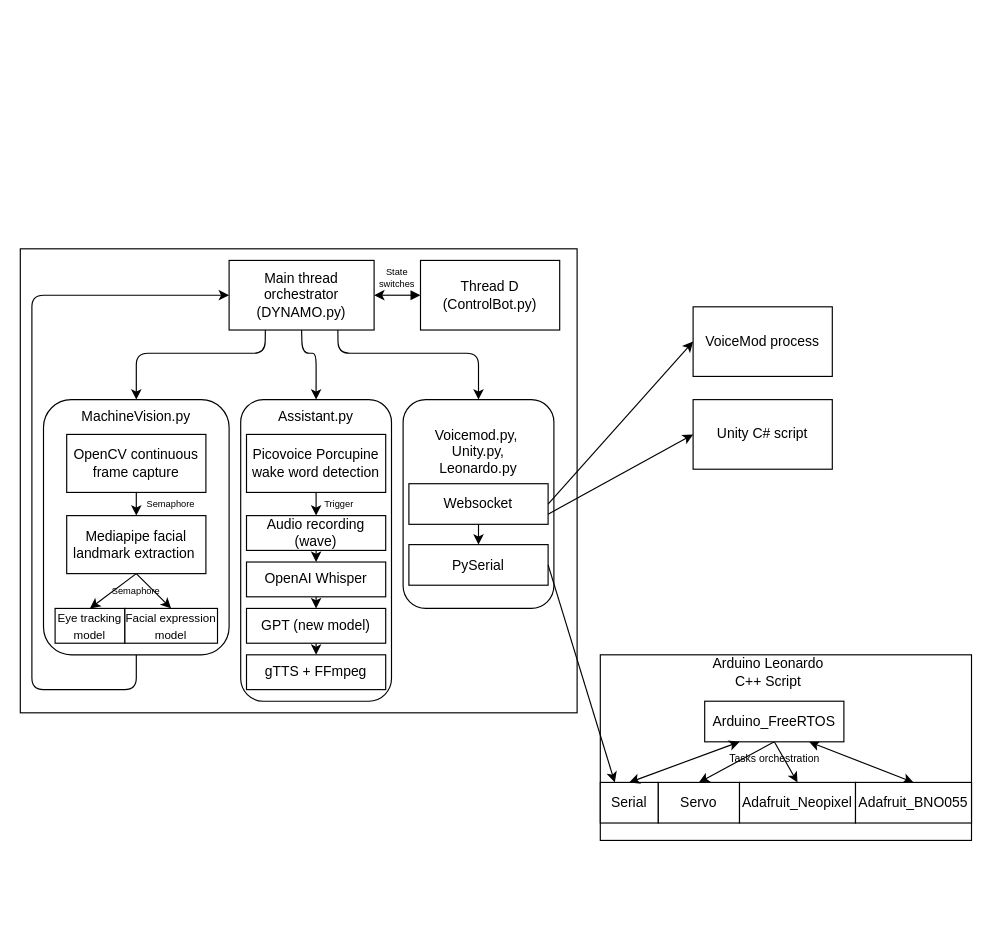
This is Planning/Software.drawio from MekhyW/DYNAMO-Electronic_Fursuit-2.0, a draw.io file, before an edit. Source tidied: cells renumbered, new cells numbered last; positions are measured from the earlier drawing's top-left corner, leaving out a move shared by most shapes. Both pictures are drawn from the tidied source at 116%, with x=0, y=0 at pixel (20, 248).
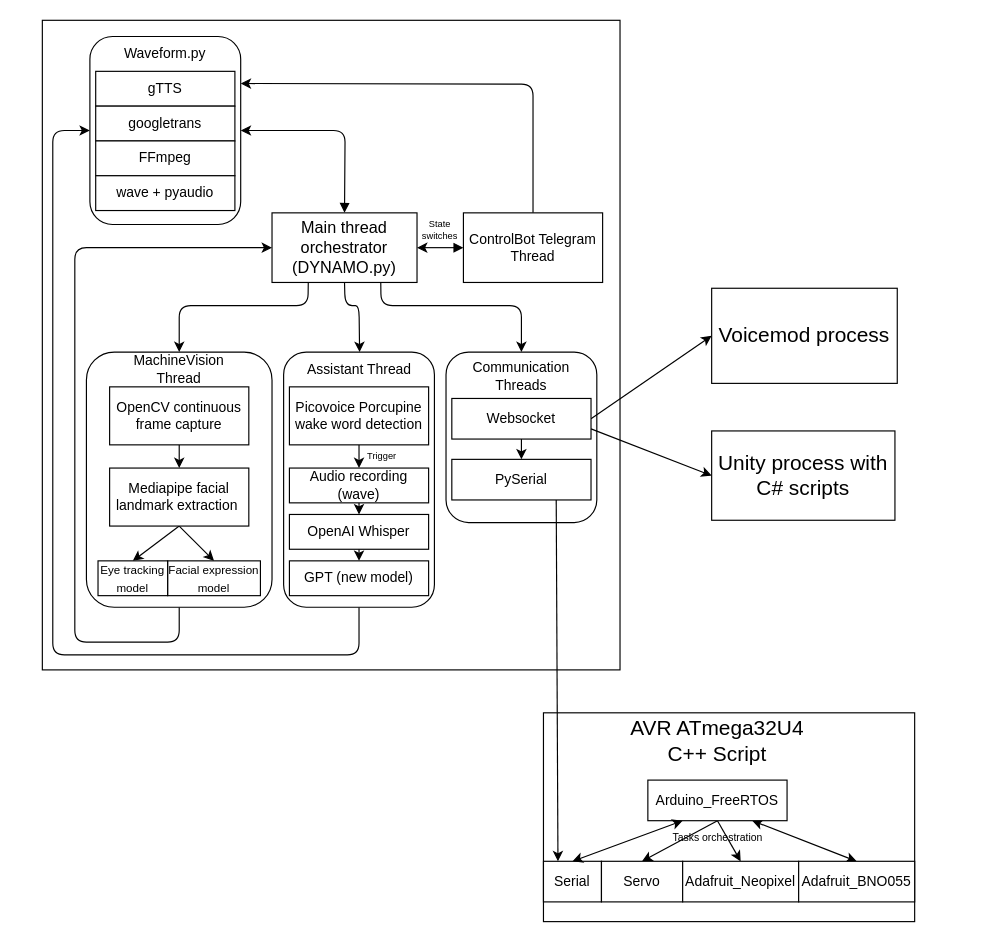
The same diagram, later.

What changed in the source:
```diff
@@
     <mxCell id="2" style="rounded=0;whiteSpace=wrap;html=1;" parent="1" vertex="1">
-      <mxGeometry width="480" height="400" as="geometry" />
+      <mxGeometry x="19" y="-197" width="498" height="560" as="geometry" />
     </mxCell>
     <mxCell id="3" style="edgeStyle=none;html=1;entryX=0.5;entryY=0;entryDx=0;entryDy=0;fontSize=10;exitX=0.25;exitY=1;exitDx=0;exitDy=0;" parent="1" edge="1" source="6" target="17">
       <mxGeometry relative="1" as="geometry">
         <Array as="points">
-          <mxPoint x="211" y="90" />
-          <mxPoint x="100" y="90" />
+          <mxPoint x="248" y="49" />
+          <mxPoint x="137" y="49" />
         </Array>
       </mxGeometry>
     </mxCell>
     <mxCell id="4" style="edgeStyle=none;html=1;exitX=0.5;exitY=1;exitDx=0;exitDy=0;entryX=0.5;entryY=0;entryDx=0;entryDy=0;fontSize=10;" parent="1" edge="1" source="6" target="23">
       <mxGeometry relative="1" as="geometry">
         <Array as="points">
-          <mxPoint x="243" y="90" />
-          <mxPoint x="255" y="90" />
+          <mxPoint x="280" y="49" />
+          <mxPoint x="292" y="49" />
         </Array>
       </mxGeometry>
     </mxCell>
     <mxCell id="5" style="edgeStyle=none;html=1;exitX=0.75;exitY=1;exitDx=0;exitDy=0;entryX=0.5;entryY=0;entryDx=0;entryDy=0;" parent="1" edge="1" source="6" target="34">
       <mxGeometry relative="1" as="geometry">
         <Array as="points">
-          <mxPoint x="274" y="90" />
-          <mxPoint x="395" y="90" />
+          <mxPoint x="311" y="49" />
+          <mxPoint x="432" y="49" />
         </Array>
       </mxGeometry>
     </mxCell>
+    <mxCell id="56" style="edgeStyle=none;html=1;exitX=0.5;exitY=0;exitDx=0;exitDy=0;entryX=1;entryY=0.5;entryDx=0;entryDy=0;startArrow=block;startFill=1;" parent="1" edge="1" source="6" target="59">
+      <mxGeometry relative="1" as="geometry">
+        <Array as="points">
+          <mxPoint x="280" y="-102" />
+        </Array>
+      </mxGeometry>
+    </mxCell>
-    <mxCell id="6" value="Main thread orchestrator (DYNAMO.py)" style="rounded=0;whiteSpace=wrap;html=1;" parent="1" vertex="1">
-      <mxGeometry x="180" y="10" width="125" height="60" as="geometry" />
+    <mxCell id="6" value="&lt;font style=&quot;font-size: 14px;&quot;&gt;Main thread orchestrator (DYNAMO.py)&lt;/font&gt;" style="rounded=0;whiteSpace=wrap;html=1;" parent="1" vertex="1">
+      <mxGeometry x="217" y="-31" width="125" height="60" as="geometry" />
     </mxCell>
@@
+    <mxCell id="57" style="edgeStyle=none;html=1;exitX=0.5;exitY=0;exitDx=0;exitDy=0;entryX=1;entryY=0.25;entryDx=0;entryDy=0;" parent="1" edge="1" source="8" target="59">
+      <mxGeometry relative="1" as="geometry">
+        <Array as="points">
+          <mxPoint x="442" y="-142" />
+        </Array>
+      </mxGeometry>
+    </mxCell>
-    <mxCell id="8" value="Thread D (ControlBot.py)" style="rounded=0;whiteSpace=wrap;html=1;" parent="1" vertex="1">
-      <mxGeometry x="345" y="10" width="120" height="60" as="geometry" />
+    <mxCell id="8" value="ControlBot Telegram Thread" style="rounded=0;whiteSpace=wrap;html=1;" parent="1" vertex="1">
+      <mxGeometry x="382" y="-31" width="120" height="60" as="geometry" />
     </mxCell>
     <mxCell id="9" value="&lt;font style=&quot;font-size: 8px;&quot;&gt;State &lt;br&gt;switches&lt;/font&gt;" style="text;html=1;strokeColor=none;fillColor=none;align=center;verticalAlign=middle;whiteSpace=wrap;rounded=0;fontSize=4;" parent="1" vertex="1">
-      <mxGeometry x="295" y="10" width="60" height="30" as="geometry" />
+      <mxGeometry x="332" y="-31" width="60" height="30" as="geometry" />
     </mxCell>
     <mxCell id="10" style="edgeStyle=none;html=1;exitX=0.5;exitY=1;exitDx=0;exitDy=0;entryX=0;entryY=0.5;entryDx=0;entryDy=0;" parent="1" edge="1" source="11" target="6">
       <mxGeometry relative="1" as="geometry">
         <Array as="points">
-          <mxPoint x="100" y="380" />
-          <mxPoint x="10" y="380" />
-          <mxPoint x="10" y="210" />
-          <mxPoint x="10" y="40" />
+          <mxPoint x="137" y="339" />
+          <mxPoint x="47" y="339" />
+          <mxPoint x="47" y="169" />
+          <mxPoint x="47" y="-1" />
         </Array>
       </mxGeometry>
     </mxCell>
     <mxCell id="11" style="rounded=1;whiteSpace=wrap;html=1;fontSize=12;" parent="1" vertex="1">
-      <mxGeometry x="20" y="130" width="160" height="220" as="geometry" />
+      <mxGeometry x="57" y="89" width="160" height="220" as="geometry" />
     </mxCell>
@@
     <mxCell id="13" value="OpenCV continuous frame capture" style="rounded=0;whiteSpace=wrap;html=1;fontSize=12;" parent="1" vertex="1">
-      <mxGeometry x="40" y="160" width="120" height="50" as="geometry" />
+      <mxGeometry x="77" y="119" width="120" height="50" as="geometry" />
     </mxCell>
@@
     <mxCell id="16" value="Mediapipe facial landmark extraction&amp;nbsp;" style="rounded=0;whiteSpace=wrap;html=1;fontSize=12;" parent="1" vertex="1">
-      <mxGeometry x="40" y="230" width="120" height="50" as="geometry" />
+      <mxGeometry x="77" y="189" width="120" height="50" as="geometry" />
     </mxCell>
-    <mxCell id="17" value="MachineVision.py" style="text;html=1;strokeColor=none;fillColor=none;align=center;verticalAlign=middle;whiteSpace=wrap;rounded=0;fontSize=12;" parent="1" vertex="1">
-      <mxGeometry x="70" y="130" width="60" height="30" as="geometry" />
+    <mxCell id="17" value="MachineVision Thread" style="text;html=1;strokeColor=none;fillColor=none;align=center;verticalAlign=middle;whiteSpace=wrap;rounded=0;fontSize=12;" parent="1" vertex="1">
+      <mxGeometry x="84" y="89" width="106" height="30" as="geometry" />
     </mxCell>
-    <mxCell id="18" value="&lt;span style=&quot;font-size: 8px;&quot;&gt;Semaphore&lt;/span&gt;" style="text;html=1;strokeColor=none;fillColor=none;align=center;verticalAlign=middle;whiteSpace=wrap;rounded=0;fontSize=4;" parent="1" vertex="1">
-      <mxGeometry x="100" y="205" width="60" height="30" as="geometry" />
-    </mxCell>
     <mxCell id="19" value="&lt;font style=&quot;font-size: 10px;&quot;&gt;Facial expression model&lt;/font&gt;" style="rounded=0;whiteSpace=wrap;html=1;fontSize=12;" parent="1" vertex="1">
-      <mxGeometry x="90" y="310" width="80" height="30" as="geometry" />
+      <mxGeometry x="127" y="269" width="80" height="30" as="geometry" />
     </mxCell>
     <mxCell id="20" value="&lt;font style=&quot;font-size: 10px;&quot;&gt;Eye tracking model&lt;/font&gt;" style="rounded=0;whiteSpace=wrap;html=1;fontSize=12;" parent="1" vertex="1">
-      <mxGeometry x="30" y="310" width="60" height="30" as="geometry" />
+      <mxGeometry x="67" y="269" width="60" height="30" as="geometry" />
     </mxCell>
-    <mxCell id="21" value="&lt;span style=&quot;font-size: 8px;&quot;&gt;Semaphore&lt;/span&gt;" style="text;html=1;strokeColor=none;fillColor=none;align=center;verticalAlign=middle;whiteSpace=wrap;rounded=0;fontSize=4;" parent="1" vertex="1">
-      <mxGeometry x="70" y="280" width="60" height="30" as="geometry" />
-    </mxCell>
+    <mxCell id="58" style="edgeStyle=none;html=1;exitX=0.5;exitY=1;exitDx=0;exitDy=0;entryX=0;entryY=0.5;entryDx=0;entryDy=0;" parent="1" edge="1" source="22" target="59">
+      <mxGeometry relative="1" as="geometry">
+        <Array as="points">
+          <mxPoint x="292" y="350" />
+          <mxPoint x="28" y="350" />
+          <mxPoint x="28" y="-102" />
+        </Array>
+      </mxGeometry>
+    </mxCell>
     <mxCell id="22" style="rounded=1;whiteSpace=wrap;html=1;fontSize=12;" parent="1" vertex="1">
-      <mxGeometry x="190" y="130" width="130" height="260" as="geometry" />
+      <mxGeometry x="227" y="89" width="130" height="220" as="geometry" />
     </mxCell>
-    <mxCell id="23" value="Assistant.py" style="text;html=1;strokeColor=none;fillColor=none;align=center;verticalAlign=middle;whiteSpace=wrap;rounded=0;fontSize=12;" parent="1" vertex="1">
-      <mxGeometry x="225" y="130" width="60" height="30" as="geometry" />
+    <mxCell id="23" value="Assistant Thread" style="text;html=1;strokeColor=none;fillColor=none;align=center;verticalAlign=middle;whiteSpace=wrap;rounded=0;fontSize=12;" parent="1" vertex="1">
+      <mxGeometry x="245" y="89" width="95" height="30" as="geometry" />
     </mxCell>
@@
     <mxCell id="25" value="Picovoice Porcupine wake word detection" style="rounded=0;whiteSpace=wrap;html=1;fontSize=12;" parent="1" vertex="1">
-      <mxGeometry x="195" y="160" width="120" height="50" as="geometry" />
+      <mxGeometry x="232" y="119" width="120" height="50" as="geometry" />
     </mxCell>
@@
     <mxCell id="27" value="Audio recording (wave)" style="rounded=0;whiteSpace=wrap;html=1;fontSize=12;" parent="1" vertex="1">
-      <mxGeometry x="195" y="230" width="120" height="30" as="geometry" />
+      <mxGeometry x="232" y="189" width="120" height="30" as="geometry" />
     </mxCell>
     <mxCell id="28" value="&lt;span style=&quot;font-size: 8px;&quot;&gt;Trigger&lt;/span&gt;" style="text;html=1;strokeColor=none;fillColor=none;align=center;verticalAlign=middle;whiteSpace=wrap;rounded=0;fontSize=4;" parent="1" vertex="1">
-      <mxGeometry x="250" y="205" width="50" height="30" as="geometry" />
+      <mxGeometry x="287" y="164" width="50" height="30" as="geometry" />
     </mxCell>
@@
     <mxCell id="30" value="OpenAI Whisper" style="rounded=0;whiteSpace=wrap;html=1;fontSize=12;" parent="1" vertex="1">
-      <mxGeometry x="195" y="270" width="120" height="30" as="geometry" />
+      <mxGeometry x="232" y="229" width="120" height="30" as="geometry" />
     </mxCell>
-    <mxCell id="31" style="edgeStyle=none;html=1;exitX=0.5;exitY=1;exitDx=0;exitDy=0;entryX=0.5;entryY=0;entryDx=0;entryDy=0;fontSize=10;" parent="1" edge="1" source="32" target="33">
-      <mxGeometry relative="1" as="geometry" />
-    </mxCell>
     <mxCell id="32" value="GPT (new model)" style="rounded=0;whiteSpace=wrap;html=1;fontSize=12;" parent="1" vertex="1">
-      <mxGeometry x="195" y="310" width="120" height="30" as="geometry" />
+      <mxGeometry x="232" y="269" width="120" height="30" as="geometry" />
     </mxCell>
-    <mxCell id="33" value="gTTS + FFmpeg" style="rounded=0;whiteSpace=wrap;html=1;fontSize=12;" parent="1" vertex="1">
-      <mxGeometry x="195" y="350" width="120" height="30" as="geometry" />
-    </mxCell>
     <mxCell id="34" style="rounded=1;whiteSpace=wrap;html=1;fontSize=12;" parent="1" vertex="1">
-      <mxGeometry x="330" y="130" width="130" height="180" as="geometry" />
+      <mxGeometry x="367" y="89" width="130" height="147" as="geometry" />
     </mxCell>
-    <mxCell id="35" value="Voicemod.py,&amp;nbsp; Unity.py, Leonardo.py" style="text;html=1;strokeColor=none;fillColor=none;align=center;verticalAlign=middle;whiteSpace=wrap;rounded=0;fontSize=12;" parent="1" vertex="1">
-      <mxGeometry x="365" y="160" width="60" height="30" as="geometry" />
+    <mxCell id="35" value="Communication Threads" style="text;html=1;strokeColor=none;fillColor=none;align=center;verticalAlign=middle;whiteSpace=wrap;rounded=0;fontSize=12;" parent="1" vertex="1">
+      <mxGeometry x="402" y="95" width="60" height="30" as="geometry" />
     </mxCell>
@@
     <mxCell id="38" value="Websocket" style="rounded=0;whiteSpace=wrap;html=1;fontSize=12;" parent="1" vertex="1">
-      <mxGeometry x="335" y="202.5" width="120" height="35" as="geometry" />
+      <mxGeometry x="372" y="129" width="120" height="35" as="geometry" />
     </mxCell>
@@
     <mxCell id="40" value="PySerial" style="rounded=0;whiteSpace=wrap;html=1;fontSize=12;" parent="1" vertex="1">
-      <mxGeometry x="335" y="255" width="120" height="35" as="geometry" />
+      <mxGeometry x="372" y="181.5" width="120" height="35" as="geometry" />
     </mxCell>
-    <mxCell id="41" value="&lt;font style=&quot;font-size: 12px;&quot;&gt;VoiceMod process&lt;/font&gt;" style="rounded=0;whiteSpace=wrap;html=1;" parent="1" vertex="1">
-      <mxGeometry x="580" y="50" width="120" height="60" as="geometry" />
+    <mxCell id="41" value="&lt;font style=&quot;font-size: 18px;&quot;&gt;Voicemod process&lt;/font&gt;" style="rounded=0;whiteSpace=wrap;html=1;" parent="1" vertex="1">
+      <mxGeometry x="596" y="34" width="160" height="82" as="geometry" />
     </mxCell>
-    <mxCell id="42" value="Unity C# script" style="rounded=0;whiteSpace=wrap;html=1;" parent="1" vertex="1">
-      <mxGeometry x="580" y="130" width="120" height="60" as="geometry" />
+    <mxCell id="42" value="&lt;font style=&quot;font-size: 18px;&quot;&gt;Unity process with C# scripts&lt;/font&gt;" style="rounded=0;whiteSpace=wrap;html=1;" parent="1" vertex="1">
+      <mxGeometry x="596" y="157" width="158" height="77" as="geometry" />
     </mxCell>
     <mxCell id="43" style="rounded=0;whiteSpace=wrap;html=1;" parent="1" vertex="1">
-      <mxGeometry x="500" y="350" width="320" height="160" as="geometry" />
+      <mxGeometry x="451" y="400" width="320" height="180" as="geometry" />
     </mxCell>
-    <mxCell id="44" value="&lt;font style=&quot;font-size: 12px;&quot;&gt;Arduino Leonardo C++ Script&lt;/font&gt;" style="text;html=1;strokeColor=none;fillColor=none;align=center;verticalAlign=middle;whiteSpace=wrap;rounded=0;fontSize=8;" parent="1" vertex="1">
-      <mxGeometry x="595" y="350" width="100" height="30" as="geometry" />
+    <mxCell id="44" value="&lt;font style=&quot;font-size: 18px;&quot;&gt;AVR ATmega32U4 C++ Script&lt;/font&gt;" style="text;html=1;strokeColor=none;fillColor=none;align=center;verticalAlign=middle;whiteSpace=wrap;rounded=0;fontSize=8;" parent="1" vertex="1">
+      <mxGeometry x="525" y="410" width="152" height="30" as="geometry" />
     </mxCell>
@@
     <mxCell id="48" value="Arduino_FreeRTOS" style="rounded=0;whiteSpace=wrap;html=1;fontSize=12;" parent="1" vertex="1">
-      <mxGeometry x="590" y="390" width="120" height="35" as="geometry" />
+      <mxGeometry x="541" y="458" width="120" height="35" as="geometry" />
     </mxCell>
     <mxCell id="49" value="Serial" style="rounded=0;whiteSpace=wrap;html=1;fontSize=12;" parent="1" vertex="1">
-      <mxGeometry x="500" y="460" width="50" height="35" as="geometry" />
+      <mxGeometry x="451" y="528" width="50" height="35" as="geometry" />
     </mxCell>
     <mxCell id="50" value="Servo" style="rounded=0;whiteSpace=wrap;html=1;fontSize=12;" parent="1" vertex="1">
-      <mxGeometry x="550" y="460" width="70" height="35" as="geometry" />
+      <mxGeometry x="501" y="528" width="70" height="35" as="geometry" />
     </mxCell>
     <mxCell id="51" value="Adafruit_Neopixel" style="rounded=0;whiteSpace=wrap;html=1;fontSize=12;" parent="1" vertex="1">
-      <mxGeometry x="620" y="460" width="100" height="35" as="geometry" />
+      <mxGeometry x="571" y="528" width="100" height="35" as="geometry" />
     </mxCell>
@@
     <mxCell id="53" value="&lt;font style=&quot;font-size: 9px;&quot;&gt;Tasks orchestration&lt;/font&gt;" style="text;html=1;strokeColor=none;fillColor=none;align=center;verticalAlign=middle;whiteSpace=wrap;rounded=0;fontSize=4;" parent="1" vertex="1">
-      <mxGeometry x="607.5" y="425" width="85" height="30" as="geometry" />
+      <mxGeometry x="558.5" y="493" width="85" height="30" as="geometry" />
     </mxCell>
-    <mxCell id="54" style="edgeStyle=none;html=1;exitX=1;exitY=0.5;exitDx=0;exitDy=0;entryX=0.25;entryY=0;entryDx=0;entryDy=0;" parent="1" edge="1" source="40" target="49">
+    <mxCell id="54" style="edgeStyle=none;html=1;exitX=0.75;exitY=1;exitDx=0;exitDy=0;entryX=0.25;entryY=0;entryDx=0;entryDy=0;" parent="1" edge="1" source="40" target="49">
       <mxGeometry relative="1" as="geometry" />
     </mxCell>
     <mxCell id="55" value="Adafruit_BNO055" style="rounded=0;whiteSpace=wrap;html=1;fontSize=12;" parent="1" vertex="1">
-      <mxGeometry x="720" y="460" width="100" height="35" as="geometry" />
+      <mxGeometry x="671" y="528" width="100" height="35" as="geometry" />
     </mxCell>
+    <mxCell id="59" style="rounded=1;whiteSpace=wrap;html=1;fontSize=12;" parent="1" vertex="1">
+      <mxGeometry x="60" y="-183" width="130" height="162" as="geometry" />
+    </mxCell>
+    <mxCell id="60" value="Waveform.py" style="text;html=1;strokeColor=none;fillColor=none;align=center;verticalAlign=middle;whiteSpace=wrap;rounded=0;fontSize=12;" parent="1" vertex="1">
+      <mxGeometry x="95" y="-183" width="60" height="30" as="geometry" />
+    </mxCell>
+    <mxCell id="61" value="gTTS" style="rounded=0;whiteSpace=wrap;html=1;fontSize=12;" parent="1" vertex="1">
+      <mxGeometry x="65" y="-153" width="120" height="30" as="geometry" />
+    </mxCell>
+    <mxCell id="62" value="googletrans" style="rounded=0;whiteSpace=wrap;html=1;fontSize=12;" parent="1" vertex="1">
+      <mxGeometry x="65" y="-123" width="120" height="30" as="geometry" />
+    </mxCell>
+    <mxCell id="63" value="FFmpeg" style="rounded=0;whiteSpace=wrap;html=1;fontSize=12;" parent="1" vertex="1">
+      <mxGeometry x="65" y="-93" width="120" height="30" as="geometry" />
+    </mxCell>
+    <mxCell id="64" value="wave + pyaudio" style="rounded=0;whiteSpace=wrap;html=1;fontSize=12;" parent="1" vertex="1">
+      <mxGeometry x="65" y="-63" width="120" height="30" as="geometry" />
+    </mxCell>
```
